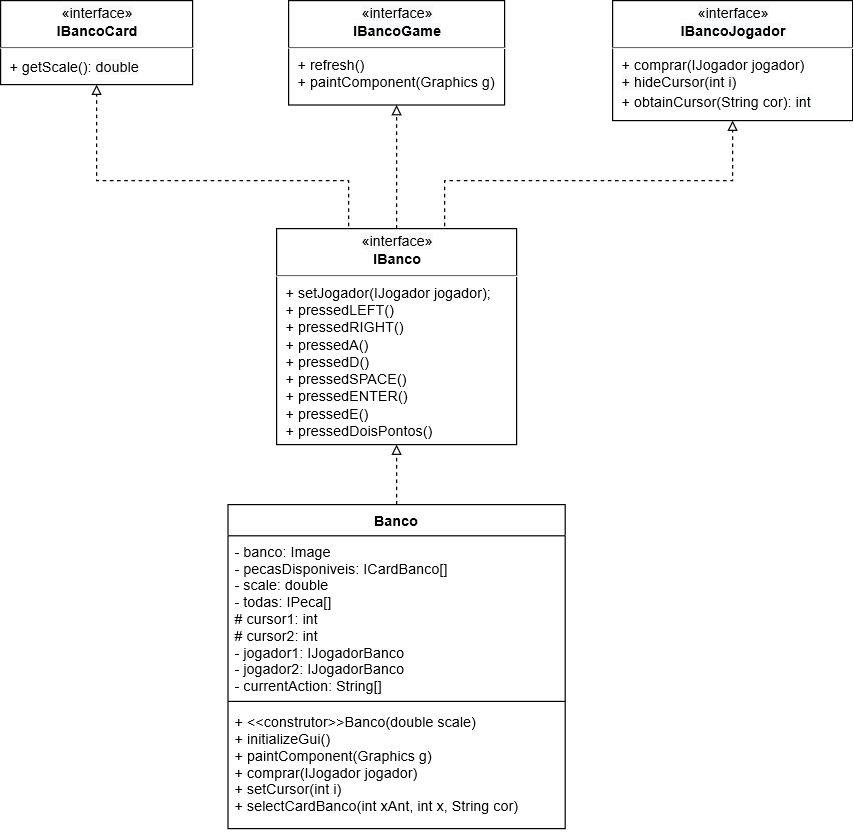
FelipePM01/ProjetoMediumWar keeps this draw.io diagram as assets/README_Images/InterfaceBanco.png. Above is the earlier version. Source tidied: cells renumbered, new cells last; positions are measured from the earlier drawing's top-left corner, leaving out a move shared by most shapes.
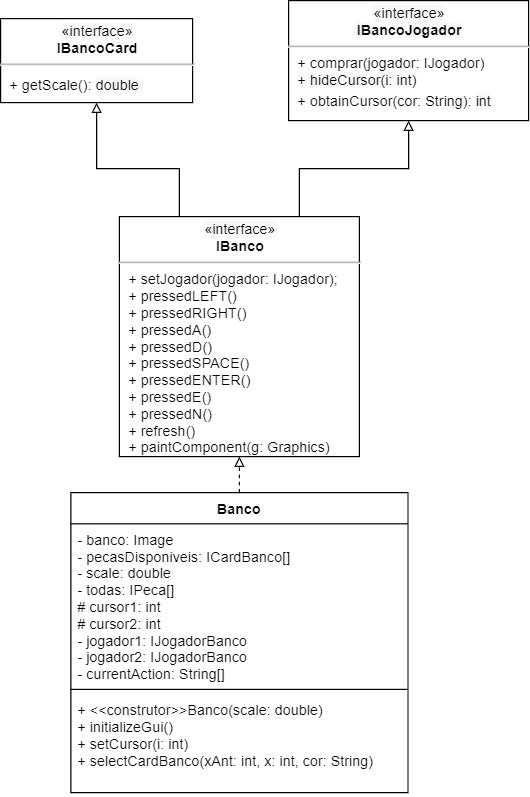
The same file after the commit.

Diff of the diagram source:
```diff
@@ -1,43 +1,37 @@
-<mxGraphModel background="#ffffff">
+<mxGraphModel>
   <root>
     <mxCell id="0" />
     <mxCell id="1" parent="0" />
     <mxCell id="2" value="&lt;p style=&quot;margin: 4px 0px 0px ; text-align: center&quot;&gt;&lt;span style=&quot;font: 12px / 1.2 &amp;#34;helvetica&amp;#34; ; text-align: center ; color: rgb(0 , 0 , 0) ; text-transform: none ; text-indent: 0px ; letter-spacing: normal ; text-decoration: none ; word-spacing: 0px ; display: inline ; float: none ; overflow-wrap: normal ; background-color: rgb(248 , 249 , 250)&quot;&gt;«interface»&lt;/span&gt;&lt;br style=&quot;text-align: center ; color: rgb(0 , 0 , 0) ; text-transform: none ; text-indent: 0px ; letter-spacing: normal ; font-family: &amp;#34;helvetica&amp;#34; ; font-size: 12px ; font-style: normal ; font-variant: normal ; font-weight: 400 ; text-decoration: none ; word-spacing: 0px&quot;&gt;&lt;font face=&quot;Helvetica&quot; style=&quot;text-align: center ; color: rgb(0 , 0 , 0) ; text-transform: none ; text-indent: 0px ; letter-spacing: normal ; font-family: &amp;#34;helvetica&amp;#34; ; font-size: 12px ; font-style: normal ; font-variant: normal ; font-weight: 400 ; text-decoration: none ; word-spacing: 0px&quot;&gt;&lt;b&gt;IBancoCard&lt;/b&gt;&lt;/font&gt;&lt;/p&gt;&lt;hr&gt;&lt;p style=&quot;margin: 0px ; margin-left: 8px&quot;&gt;+ getScale(): &lt;span style=&quot;text-align: left ; color: rgb(0 , 0 , 0) ; text-transform: none ; text-indent: 0px ; letter-spacing: normal ; font-family: &amp;#34;helvetica&amp;#34; ; font-size: 12px ; font-style: normal ; font-variant: normal ; font-weight: 400 ; text-decoration: none ; word-spacing: 0px ; display: inline ; float: none ; background-color: rgb(248 , 249 , 250)&quot;&gt;double &lt;/span&gt;&lt;b&gt;&lt;/b&gt;&lt;i&gt;&lt;/i&gt;&lt;u&gt;&lt;/u&gt;&lt;sub&gt;&lt;/sub&gt;&lt;sup&gt;&lt;/sup&gt;&lt;strike&gt;&lt;/strike&gt;&lt;br&gt;&lt;/p&gt;" style="verticalAlign=top;align=left;overflow=fill;fontSize=12;fontFamily=Helvetica;html=1;" parent="1" vertex="1">
-      <mxGeometry width="160" height="70" as="geometry" />
+      <mxGeometry x="301" y="15" width="160" height="70" as="geometry" />
     </mxCell>
-    <mxCell id="3" value="&lt;p style=&quot;margin: 4px 0px 0px ; text-align: center&quot;&gt;&lt;span style=&quot;font: 12px / 1.2 &amp;#34;helvetica&amp;#34; ; text-align: center ; color: rgb(0 , 0 , 0) ; text-transform: none ; text-indent: 0px ; letter-spacing: normal ; text-decoration: none ; word-spacing: 0px ; display: inline ; float: none ; overflow-wrap: normal ; background-color: rgb(248 , 249 , 250)&quot;&gt;«interface»&lt;/span&gt;&lt;br style=&quot;text-align: center ; color: rgb(0 , 0 , 0) ; text-transform: none ; text-indent: 0px ; letter-spacing: normal ; font-family: &amp;#34;helvetica&amp;#34; ; font-size: 12px ; font-style: normal ; font-variant: normal ; font-weight: 400 ; text-decoration: none ; word-spacing: 0px&quot;&gt;&lt;font face=&quot;Helvetica&quot; style=&quot;text-align: center ; color: rgb(0 , 0 , 0) ; text-transform: none ; text-indent: 0px ; letter-spacing: normal ; font-family: &amp;#34;helvetica&amp;#34; ; font-size: 12px ; font-variant: normal ; word-spacing: 0px&quot;&gt;&lt;span style=&quot;text-align: center ; color: rgb(0 , 0 , 0) ; text-transform: none ; text-indent: 0px ; letter-spacing: normal ; font-family: &amp;#34;helvetica&amp;#34; ; font-size: 12px ; font-style: normal ; font-variant: normal ; font-weight: 700 ; text-decoration: none ; word-spacing: 0px ; display: inline ; float: none ; background-color: rgb(248 , 249 , 250)&quot;&gt;IBancoGame&lt;/span&gt;&lt;/font&gt;&lt;/p&gt;&lt;hr&gt;&lt;p style=&quot;margin: 0px ; margin-left: 8px&quot;&gt;+ refresh()&lt;br&gt;+ paintComponent(Graphics g)&lt;br&gt;&lt;/p&gt;" style="verticalAlign=top;align=left;overflow=fill;fontSize=12;fontFamily=Helvetica;html=1;" parent="1" vertex="1">
-      <mxGeometry x="240" width="180" height="87" as="geometry" />
-    </mxCell>
-    <mxCell id="4" value="&lt;p style=&quot;margin: 4px 0px 0px ; text-align: center&quot;&gt;&lt;span style=&quot;font: 12px / 1.2 &amp;#34;helvetica&amp;#34; ; text-align: center ; color: rgb(0 , 0 , 0) ; text-transform: none ; text-indent: 0px ; letter-spacing: normal ; text-decoration: none ; word-spacing: 0px ; display: inline ; float: none ; overflow-wrap: normal ; background-color: rgb(248 , 249 , 250)&quot;&gt;«interface»&lt;/span&gt;&lt;br style=&quot;text-align: center ; color: rgb(0 , 0 , 0) ; text-transform: none ; text-indent: 0px ; letter-spacing: normal ; font-family: &amp;#34;helvetica&amp;#34; ; font-size: 12px ; font-style: normal ; font-variant: normal ; font-weight: 400 ; text-decoration: none ; word-spacing: 0px&quot;&gt;&lt;font face=&quot;Helvetica&quot; style=&quot;text-align: center ; color: rgb(0 , 0 , 0) ; text-transform: none ; text-indent: 0px ; letter-spacing: normal ; font-family: &amp;#34;helvetica&amp;#34; ; font-size: 12px ; font-variant: normal ; word-spacing: 0px&quot;&gt;&lt;span style=&quot;text-align: center ; color: rgb(0 , 0 , 0) ; text-transform: none ; text-indent: 0px ; letter-spacing: normal ; font-family: &amp;#34;helvetica&amp;#34; ; font-size: 12px ; font-style: normal ; font-variant: normal ; font-weight: 700 ; text-decoration: none ; word-spacing: 0px ; display: inline ; float: none ; background-color: rgb(248 , 249 , 250)&quot;&gt;IBancoJogador&lt;/span&gt;&lt;/font&gt;&lt;/p&gt;&lt;hr&gt;&lt;p style=&quot;margin: 0px ; margin-left: 8px&quot;&gt;+ comprar(IJogador jogador)&lt;/p&gt;&lt;p style=&quot;margin: 0px ; margin-left: 8px&quot;&gt;&lt;span style=&quot;text-align: left ; color: rgb(0 , 0 , 0) ; text-transform: none ; text-indent: 0px ; letter-spacing: normal ; font-family: &amp;#34;helvetica&amp;#34; ; font-size: 12px ; font-style: normal ; font-variant: normal ; font-weight: 400 ; text-decoration: none ; word-spacing: 0px ; display: inline ; float: none ; background-color: rgb(248 , 249 , 250)&quot;&gt;+ hideCursor(int i)&lt;/span&gt;&lt;br&gt;&lt;/p&gt;&lt;p style=&quot;margin: 0px ; margin-left: 8px&quot;&gt;+ obtainCursor(String cor):&amp;nbsp;&lt;span style=&quot;text-align: left ; color: rgb(0 , 0 , 0) ; text-transform: none ; text-indent: 0px ; letter-spacing: normal ; font-family: &amp;#34;helvetica&amp;#34; ; font-size: 12px ; font-style: normal ; font-variant: normal ; font-weight: 400 ; text-decoration: none ; word-spacing: 0px ; display: inline ; float: none ; background-color: rgb(248 , 249 , 250)&quot;&gt;int&lt;/span&gt;&lt;b&gt;&lt;/b&gt;&lt;i&gt;&lt;/i&gt;&lt;u&gt;&lt;/u&gt;&lt;sub&gt;&lt;/sub&gt;&lt;sup&gt;&lt;/sup&gt;&lt;strike&gt;&lt;/strike&gt;&lt;br&gt;&lt;/p&gt;" style="verticalAlign=top;align=left;overflow=fill;fontSize=12;fontFamily=Helvetica;html=1;" parent="1" vertex="1">
-      <mxGeometry x="510" width="200" height="100" as="geometry" />
-    </mxCell>
-    <mxCell id="5" style="edgeStyle=orthogonalEdgeStyle;rounded=0;jettySize=auto;html=1;exitX=0.25;exitY=0;exitDx=0;exitDy=0;entryX=0.5;entryY=1;entryDx=0;entryDy=0;dashed=1;endArrow=block;endFill=0;" parent="1" edge="1" source="8" target="2">
-      <mxGeometry relative="1" as="geometry">
-        <Array as="points">
-          <mxPoint x="290" y="150" />
-          <mxPoint x="80" y="150" />
-        </Array>
-      </mxGeometry>
-    </mxCell>
-    <mxCell id="6" style="edgeStyle=orthogonalEdgeStyle;rounded=0;jettySize=auto;html=1;exitX=0.75;exitY=0;exitDx=0;exitDy=0;entryX=0.5;entryY=1;entryDx=0;entryDy=0;dashed=1;endArrow=block;endFill=0;" parent="1" edge="1" source="8" target="4">
-      <mxGeometry relative="1" as="geometry">
-        <Array as="points">
-          <mxPoint x="370" y="150" />
-          <mxPoint x="610" y="150" />
-        </Array>
-      </mxGeometry>
-    </mxCell>
-    <mxCell id="7" style="edgeStyle=orthogonalEdgeStyle;rounded=0;jettySize=auto;html=1;exitX=0.5;exitY=0;exitDx=0;exitDy=0;entryX=0.5;entryY=1;entryDx=0;entryDy=0;dashed=1;endArrow=block;endFill=0;" parent="1" edge="1" source="8" target="3">
-      <mxGeometry relative="1" as="geometry" />
-    </mxCell>
-    <mxCell id="8" value="&lt;p style=&quot;margin: 4px 0px 0px ; text-align: center&quot;&gt;&lt;span style=&quot;font: 12px / 1.2 &amp;#34;helvetica&amp;#34; ; text-align: center ; color: rgb(0 , 0 , 0) ; text-transform: none ; text-indent: 0px ; letter-spacing: normal ; text-decoration: none ; word-spacing: 0px ; display: inline ; float: none ; overflow-wrap: normal ; background-color: rgb(248 , 249 , 250)&quot;&gt;«interface»&lt;/span&gt;&lt;br style=&quot;text-align: center ; color: rgb(0 , 0 , 0) ; text-transform: none ; text-indent: 0px ; letter-spacing: normal ; font-family: &amp;#34;helvetica&amp;#34; ; font-size: 12px ; font-style: normal ; font-variant: normal ; font-weight: 400 ; text-decoration: none ; word-spacing: 0px&quot;&gt;&lt;font face=&quot;Helvetica&quot; style=&quot;text-align: center ; color: rgb(0 , 0 , 0) ; text-transform: none ; text-indent: 0px ; letter-spacing: normal ; font-family: &amp;#34;helvetica&amp;#34; ; font-size: 12px ; font-style: normal ; font-variant: normal ; font-weight: 400 ; text-decoration: none ; word-spacing: 0px&quot;&gt;&lt;b&gt;IBanco&lt;/b&gt;&lt;/font&gt;&lt;/p&gt;&lt;hr&gt;&lt;p style=&quot;margin: 0px ; margin-left: 8px&quot;&gt;+ setJogador(IJogador jogador);&lt;br&gt;&lt;/p&gt;&lt;p style=&quot;margin: 0px ; margin-left: 8px&quot;&gt;+ pressedLEFT()&lt;br&gt;+ pressedRIGHT()&lt;br&gt;+ pressedA()&lt;br&gt;+ pressedD()&lt;br&gt;+ pressedSPACE()&lt;br&gt;+ pressedENTER()&lt;br&gt;+ pressedE()&lt;br&gt;+ pressedDoisPontos()&lt;br&gt;&lt;/p&gt;" style="verticalAlign=top;align=left;overflow=fill;fontSize=12;fontFamily=Helvetica;html=1;" parent="1" vertex="1">
-      <mxGeometry x="230" y="190" width="200" height="180" as="geometry" />
-    </mxCell>
-    <mxCell id="9" style="edgeStyle=orthogonalEdgeStyle;rounded=0;jettySize=auto;html=1;exitX=0.5;exitY=0;exitDx=0;exitDy=0;entryX=0.5;entryY=1;entryDx=0;entryDy=0;dashed=1;endArrow=block;endFill=0;" parent="1" edge="1" source="10" target="8">
-      <mxGeometry relative="1" as="geometry" />
-    </mxCell>
+    <mxCell id="14" value="&lt;p style=&quot;margin: 4px 0px 0px ; text-align: center&quot;&gt;&lt;span style=&quot;font: 12px / 1.2 &amp;#34;helvetica&amp;#34; ; text-align: center ; color: rgb(0 , 0 , 0) ; text-transform: none ; text-indent: 0px ; letter-spacing: normal ; text-decoration: none ; word-spacing: 0px ; display: inline ; float: none ; overflow-wrap: normal ; background-color: rgb(248 , 249 , 250)&quot;&gt;«interface»&lt;/span&gt;&lt;br style=&quot;text-align: center ; color: rgb(0 , 0 , 0) ; text-transform: none ; text-indent: 0px ; letter-spacing: normal ; font-family: &amp;#34;helvetica&amp;#34; ; font-size: 12px ; font-style: normal ; font-variant: normal ; font-weight: 400 ; text-decoration: none ; word-spacing: 0px&quot;&gt;&lt;font face=&quot;Helvetica&quot; style=&quot;text-align: center ; color: rgb(0 , 0 , 0) ; text-transform: none ; text-indent: 0px ; letter-spacing: normal ; font-family: &amp;#34;helvetica&amp;#34; ; font-size: 12px ; font-variant: normal ; word-spacing: 0px&quot;&gt;&lt;span style=&quot;text-align: center ; color: rgb(0 , 0 , 0) ; text-transform: none ; text-indent: 0px ; letter-spacing: normal ; font-family: &amp;#34;helvetica&amp;#34; ; font-size: 12px ; font-style: normal ; font-variant: normal ; font-weight: 700 ; text-decoration: none ; word-spacing: 0px ; display: inline ; float: none ; background-color: rgb(248 , 249 , 250)&quot;&gt;IBancoJogador&lt;/span&gt;&lt;/font&gt;&lt;/p&gt;&lt;hr&gt;&lt;p style=&quot;margin: 0px ; margin-left: 8px&quot;&gt;+ comprar(jogador: IJogador)&lt;/p&gt;&lt;p style=&quot;margin: 0px ; margin-left: 8px&quot;&gt;&lt;span style=&quot;text-align: left ; color: rgb(0 , 0 , 0) ; text-transform: none ; text-indent: 0px ; letter-spacing: normal ; font-family: &amp;#34;helvetica&amp;#34; ; font-size: 12px ; font-style: normal ; font-variant: normal ; font-weight: 400 ; text-decoration: none ; word-spacing: 0px ; display: inline ; float: none ; background-color: rgb(248 , 249 , 250)&quot;&gt;+ hideCursor(i: int)&lt;/span&gt;&lt;br&gt;&lt;/p&gt;&lt;p style=&quot;margin: 0px ; margin-left: 8px&quot;&gt;+ obtainCursor(cor: String):&amp;nbsp;&lt;span style=&quot;text-align: left ; color: rgb(0 , 0 , 0) ; text-transform: none ; text-indent: 0px ; letter-spacing: normal ; font-family: &amp;#34;helvetica&amp;#34; ; font-size: 12px ; font-style: normal ; font-variant: normal ; font-weight: 400 ; text-decoration: none ; word-spacing: 0px ; display: inline ; float: none ; background-color: rgb(248 , 249 , 250)&quot;&gt;int&lt;/span&gt;&lt;b&gt;&lt;/b&gt;&lt;i&gt;&lt;/i&gt;&lt;u&gt;&lt;/u&gt;&lt;sub&gt;&lt;/sub&gt;&lt;sup&gt;&lt;/sup&gt;&lt;strike&gt;&lt;/strike&gt;&lt;br&gt;&lt;/p&gt;" style="verticalAlign=top;align=left;overflow=fill;fontSize=12;fontFamily=Helvetica;html=1;" parent="1" vertex="1">
+      <mxGeometry x="541" width="200" height="100" as="geometry" />
+    </mxCell>
+    <mxCell id="15" style="edgeStyle=orthogonalEdgeStyle;rounded=0;jettySize=auto;html=1;exitX=0.25;exitY=0;exitDx=0;exitDy=0;entryX=0.5;entryY=1;entryDx=0;entryDy=0;endArrow=block;endFill=0;" parent="1" edge="1" source="17" target="2">
+      <mxGeometry relative="1" as="geometry">
+        <Array as="points">
+          <mxPoint x="450" y="140" />
+          <mxPoint x="381" y="140" />
+        </Array>
+      </mxGeometry>
+    </mxCell>
+    <mxCell id="16" style="edgeStyle=orthogonalEdgeStyle;rounded=0;jettySize=auto;html=1;exitX=0.75;exitY=0;exitDx=0;exitDy=0;entryX=0.5;entryY=1;entryDx=0;entryDy=0;endArrow=block;endFill=0;" parent="1" edge="1" source="17" target="14">
+      <mxGeometry relative="1" as="geometry">
+        <Array as="points">
+          <mxPoint x="550" y="140" />
+          <mxPoint x="641" y="140" />
+        </Array>
+      </mxGeometry>
+    </mxCell>
+    <mxCell id="17" value="&lt;p style=&quot;margin: 4px 0px 0px ; text-align: center&quot;&gt;&lt;span style=&quot;font: 12px / 1.2 &amp;#34;helvetica&amp;#34; ; text-align: center ; color: rgb(0 , 0 , 0) ; text-transform: none ; text-indent: 0px ; letter-spacing: normal ; text-decoration: none ; word-spacing: 0px ; display: inline ; float: none ; overflow-wrap: normal ; background-color: rgb(248 , 249 , 250)&quot;&gt;«interface»&lt;/span&gt;&lt;br style=&quot;text-align: center ; color: rgb(0 , 0 , 0) ; text-transform: none ; text-indent: 0px ; letter-spacing: normal ; font-family: &amp;#34;helvetica&amp;#34; ; font-size: 12px ; font-style: normal ; font-variant: normal ; font-weight: 400 ; text-decoration: none ; word-spacing: 0px&quot;&gt;&lt;font face=&quot;Helvetica&quot; style=&quot;text-align: center ; color: rgb(0 , 0 , 0) ; text-transform: none ; text-indent: 0px ; letter-spacing: normal ; font-family: &amp;#34;helvetica&amp;#34; ; font-size: 12px ; font-style: normal ; font-variant: normal ; font-weight: 400 ; text-decoration: none ; word-spacing: 0px&quot;&gt;&lt;b&gt;IBanco&lt;/b&gt;&lt;/font&gt;&lt;/p&gt;&lt;hr&gt;&lt;p style=&quot;margin: 0px ; margin-left: 8px&quot;&gt;+ setJogador(jogador: IJogador);&lt;br&gt;&lt;/p&gt;&lt;p style=&quot;margin: 0px ; margin-left: 8px&quot;&gt;+ pressedLEFT()&lt;br&gt;+ pressedRIGHT()&lt;br&gt;+ pressedA()&lt;br&gt;+ pressedD()&lt;br&gt;+ pressedSPACE()&lt;br&gt;+ pressedENTER()&lt;br&gt;+ pressedE()&lt;/p&gt;&lt;p style=&quot;margin: 0px ; margin-left: 8px&quot;&gt;+ pressedN()&lt;/p&gt;&lt;p style=&quot;margin: 0px ; margin-left: 8px&quot;&gt;+&amp;nbsp;refresh()&lt;br&gt;&lt;/p&gt;&lt;p style=&quot;margin: 0px ; margin-left: 8px&quot;&gt;+&amp;nbsp;paintComponent(g: Graphics)&lt;br&gt;&lt;/p&gt;" style="verticalAlign=top;align=left;overflow=fill;fontSize=12;fontFamily=Helvetica;html=1;" parent="1" vertex="1">
+      <mxGeometry x="400" y="180" width="200" height="200" as="geometry" />
+    </mxCell>
+    <mxCell id="18" style="edgeStyle=orthogonalEdgeStyle;rounded=0;jettySize=auto;html=1;exitX=0.5;exitY=0;exitDx=0;exitDy=0;entryX=0.5;entryY=1;entryDx=0;entryDy=0;dashed=1;endArrow=block;endFill=0;" parent="1" edge="1" source="10" target="17">
+      <mxGeometry relative="1" as="geometry" />
+    </mxCell>
     <mxCell id="10" value="Banco" style="swimlane;fontStyle=1;align=center;verticalAlign=top;horizontal=1;startSize=26;" parent="1" vertex="1">
-      <mxGeometry x="189.5" y="420" width="281" height="270" as="geometry" />
+      <mxGeometry x="359.5" y="410" width="281" height="250" as="geometry" />
     </mxCell>
     <mxCell id="11" value="- banco: Image&#10;- pecasDisponiveis: ICardBanco[]&#10;- scale: double&#10;- todas: IPeca[]&#10;# cursor1: int&#10;# cursor2: int &#10;- jogador1: IJogadorBanco&#10;- jogador2: IJogadorBanco&#10;- currentAction: String[]" style="text;strokeColor=none;fillColor=none;align=left;verticalAlign=top;spacingLeft=4;spacingRight=4;overflow=hidden;" parent="10" vertex="1">
       <mxGeometry y="26" width="281" height="134" as="geometry" />
@@ -45,8 +39,8 @@
     <mxCell id="12" style="line;strokeWidth=1;fillColor=none;align=left;verticalAlign=middle;spacingTop=-1;spacingLeft=3;spacingRight=3;labelPosition=right;" parent="10" vertex="1">
       <mxGeometry y="160" width="281" height="8" as="geometry" />
     </mxCell>
-    <mxCell id="13" value="+ &lt;&lt;construtor&gt;&gt;Banco(double scale)&#10;+ initializeGui()&#10;+ paintComponent(Graphics g)&#10;+ comprar(IJogador jogador) &#10;+ setCursor(int i)&#10;+ selectCardBanco(int xAnt, int x, String cor)&#10;&#10;" style="text;strokeColor=none;fillColor=none;align=left;verticalAlign=top;spacingLeft=4;spacingRight=4;overflow=hidden;" parent="10" vertex="1">
-      <mxGeometry y="168" width="281" height="102" as="geometry" />
-    </mxCell>
+    <mxCell id="19" value="+ &lt;&lt;construtor&gt;&gt;Banco(scale: double)&#10;+ initializeGui()&#10;+ setCursor(i: int)&#10;+ selectCardBanco(xAnt: int, x: int, cor: String)&#10;&#10;" style="text;strokeColor=none;fillColor=none;align=left;verticalAlign=top;spacingLeft=4;spacingRight=4;overflow=hidden;" parent="10" vertex="1">
+      <mxGeometry y="168" width="281" height="82" as="geometry" />
+    </mxCell>
   </root>
 </mxGraphModel>
```
